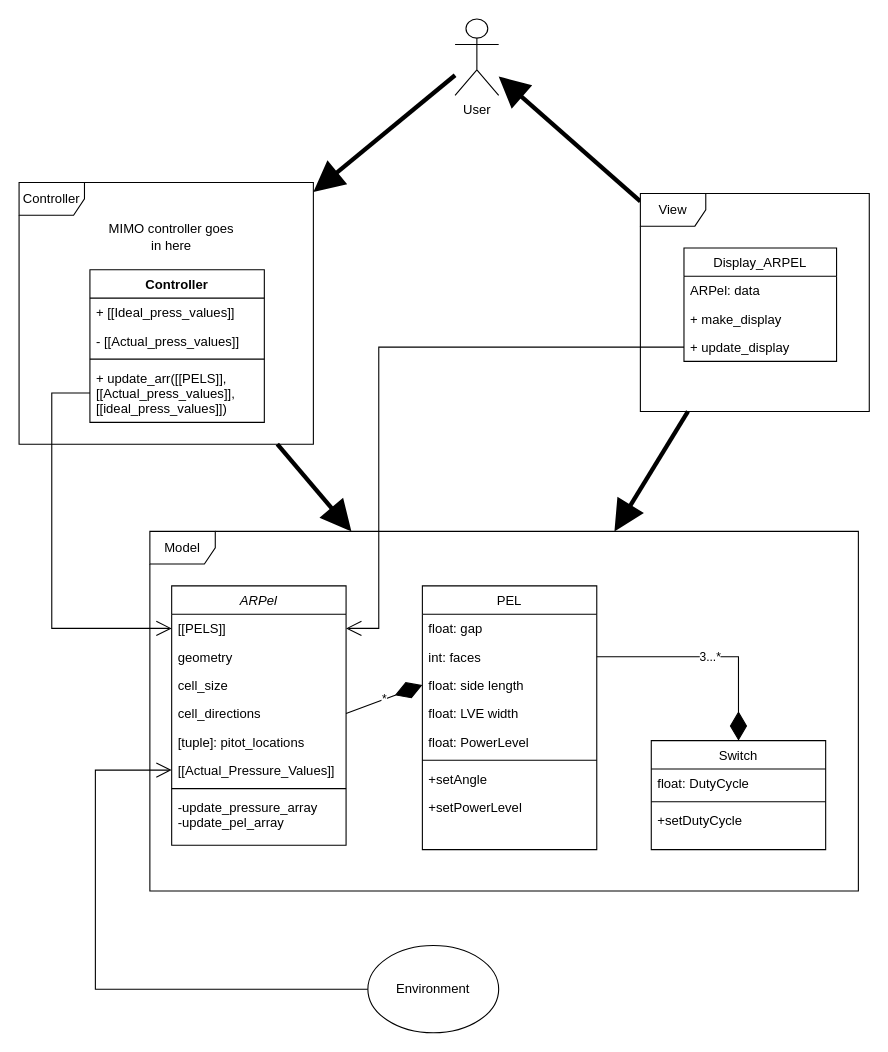
Earlier version of the draw.io diagram software/docs/MVC UML Class Diagram.drawio (SWGustin/Thesis). Source tidied: cells renumbered, new cells numbered last; positions are measured from the earlier drawing's top-left corner, leaving out a move shared by most shapes. Both pictures are drawn from the tidied source at 109%, with x=0, y=0 at pixel (19, 19).
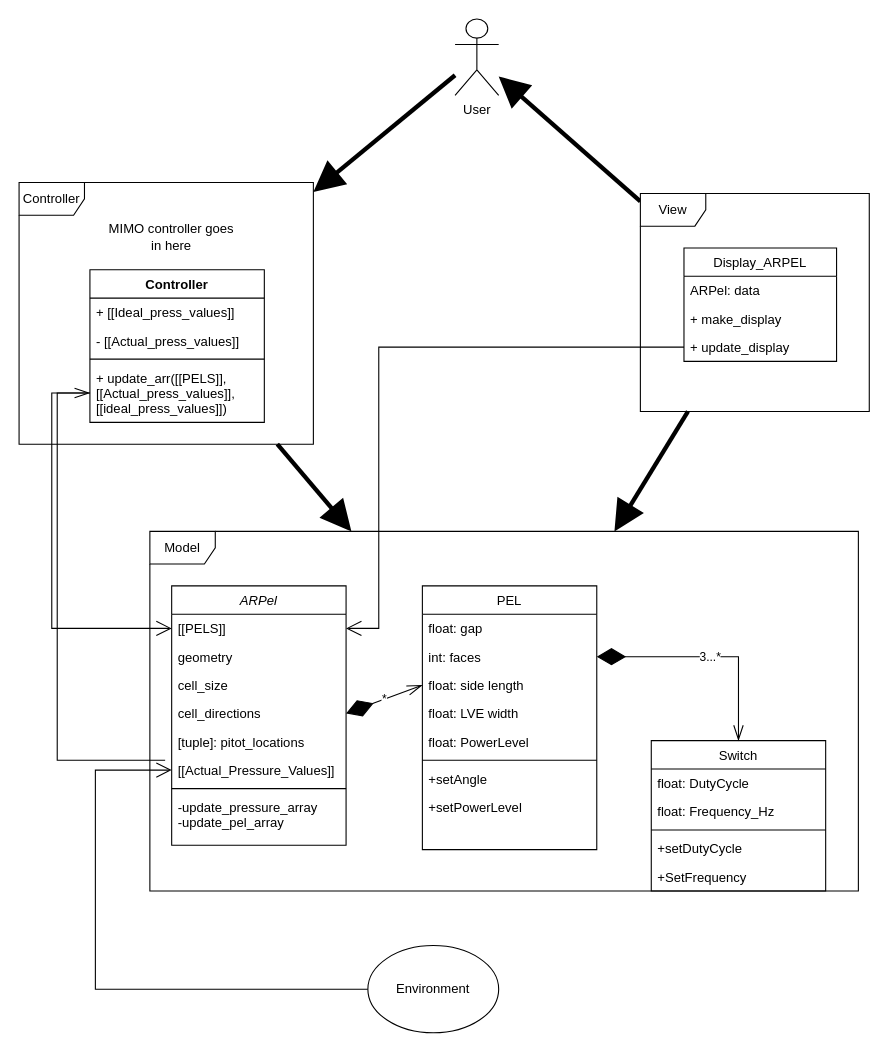
After the change.

The change refers to these unchanged cells:
```xml
<mxCell id="7" value="cell_directions" style="text;align=left;verticalAlign=top;spacingLeft=4;spacingRight=4;overflow=hidden;points=[[0,0.5],[1,0.5]];portConstraint=eastwest;rounded=0;shadow=0;html=0;" parent="3" vertex="1">
  <mxGeometry y="104" width="160" height="26" as="geometry" />
</mxCell>
<mxCell id="9" value="[[Actual_Pressure_Values]]" style="text;align=left;verticalAlign=top;spacingLeft=4;spacingRight=4;overflow=hidden;points=[[0,0.5],[1,0.5]];portConstraint=eastwest;rounded=0;shadow=0;html=0;" parent="3" vertex="1">
  <mxGeometry y="156" width="160" height="26" as="geometry" />
</mxCell>
<mxCell id="14" value="int: faces" style="text;align=left;verticalAlign=top;spacingLeft=4;spacingRight=4;overflow=hidden;points=[[0,0.5],[1,0.5]];portConstraint=eastwest;rounded=0;shadow=0;html=0;" parent="12" vertex="1">
  <mxGeometry y="52" width="160" height="26" as="geometry" />
</mxCell>
<mxCell id="15" value="float: side length" style="text;align=left;verticalAlign=top;spacingLeft=4;spacingRight=4;overflow=hidden;points=[[0,0.5],[1,0.5]];portConstraint=eastwest;rounded=0;shadow=0;html=0;" parent="12" vertex="1">
  <mxGeometry y="78" width="160" height="26" as="geometry" />
</mxCell>
<mxCell id="46" value="+ update_arr([[PELS]], &#10;[[Actual_press_values]],&#10;[[ideal_press_values]])" style="text;strokeColor=none;fillColor=none;align=left;verticalAlign=top;spacingLeft=4;spacingRight=4;overflow=hidden;points=[[0,0.5],[1,0.5]];portConstraint=eastwest;" parent="42" vertex="1">
  <mxGeometry y="86" width="160" height="54" as="geometry" />
</mxCell>
```

The edit, as a diff of the source:
```diff
@@
     <mxCell id="21" value="Switch" style="swimlane;fontStyle=0;align=center;verticalAlign=top;horizontal=1;startSize=26;rounded=0;shadow=0;strokeWidth=1;" parent="1" vertex="1">
-      <mxGeometry x="580" y="662" width="160" height="100" as="geometry" />
+      <mxGeometry x="580" y="662" width="160" height="138" as="geometry" />
     </mxCell>
@@
+    <mxCell id="48" value="float: Frequency_Hz" style="text;align=left;verticalAlign=top;spacingLeft=4;spacingRight=4;overflow=hidden;rounded=0;shadow=0;html=0;" parent="21" vertex="1">
+      <mxGeometry y="52" width="160" height="26" as="geometry" />
+    </mxCell>
     <mxCell id="23" style="line;html=1;strokeWidth=1;align=left;verticalAlign=middle;spacingTop=-1;spacingLeft=3;spacingRight=3;labelPosition=right;" parent="21" vertex="1">
-      <mxGeometry y="52" width="160" height="8" as="geometry" />
+      <mxGeometry y="78" width="160" height="8" as="geometry" />
     </mxCell>
     <mxCell id="24" value="+setDutyCycle" style="text;align=left;verticalAlign=top;spacingLeft=4;spacingRight=4;overflow=hidden;" parent="21" vertex="1">
-      <mxGeometry y="60" width="160" height="26" as="geometry" />
+      <mxGeometry y="86" width="160" height="26" as="geometry" />
     </mxCell>
+    <mxCell id="49" value="+SetFrequency" style="text;align=left;verticalAlign=top;spacingLeft=4;spacingRight=4;overflow=hidden;" parent="21" vertex="1">
+      <mxGeometry y="112" width="160" height="26" as="geometry" />
+    </mxCell>
-    <mxCell id="25" value="*" style="endArrow=diamondThin;endFill=1;endSize=24;html=1;exitX=1;exitY=0.5;exitDx=0;exitDy=0;entryX=0;entryY=0.5;entryDx=0;entryDy=0;" parent="1" edge="1" source="7" target="15">
+    <mxCell id="25" value="*" style="endArrow=openThin;endFill=0;endSize=12;html=1;exitX=1;exitY=0.5;exitDx=0;exitDy=0;entryX=0;entryY=0.5;entryDx=0;entryDy=0;startArrow=diamondThin;startFill=1;startSize=24;" parent="1" edge="1" source="7" target="15">
       <mxGeometry relative="1" as="geometry" />
     </mxCell>
-    <mxCell id="26" value="3...*" style="edgeStyle=orthogonalEdgeStyle;rounded=0;jettySize=auto;html=1;endArrow=diamondThin;endFill=1;endSize=24;" parent="1" edge="1" source="14" target="21">
+    <mxCell id="26" value="3...*" style="edgeStyle=orthogonalEdgeStyle;rounded=0;jettySize=auto;html=1;endArrow=openThin;endFill=0;endSize=12;startArrow=diamondThin;startFill=1;startSize=24;" parent="1" edge="1" source="14" target="21">
       <mxGeometry relative="1" as="geometry" />
     </mxCell>
@@
+    <mxCell id="50" style="edgeStyle=orthogonalEdgeStyle;rounded=0;jettySize=auto;html=1;startArrow=none;startFill=0;startSize=24;sourcePerimeterSpacing=6;endArrow=openThin;endFill=0;endSize=12;targetPerimeterSpacing=24;strokeWidth=1;entryX=0;entryY=0.5;entryDx=0;entryDy=0;" parent="1" edge="1" source="9" target="46">
+      <mxGeometry relative="1" as="geometry">
+        <Array as="points">
+          <mxPoint x="35" y="680" />
+          <mxPoint x="35" y="343" />
+        </Array>
+      </mxGeometry>
+    </mxCell>
```
